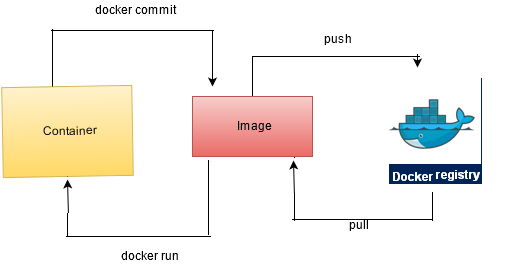
Above: images/Dockerrep.png in imjoris/SP_G2_Assignment2 (draw.io), before the change. Source tidied: cells renumbered, new cells last; positions are measured from the earlier drawing's top-left corner, leaving out a move shared by most shapes.
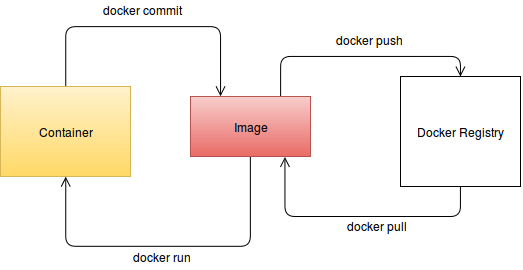
The same diagram one commit later.

Commit message:
typos spelling layout, fixed shared repository image

What changed in the source:
```diff
@@ -2,69 +2,58 @@
   <root>
     <mxCell id="0" />
     <mxCell id="1" parent="0" />
+    <mxCell id="16" style="edgeStyle=orthogonalEdgeStyle;html=1;exitX=0.5;exitY=0;entryX=0.25;entryY=0;endArrow=open;endSize=8;jettySize=auto;fillColor=#ffffff;align=left;" parent="1" edge="1" source="2" target="4">
+      <mxGeometry relative="1" as="geometry">
+        <Array as="points">
+          <mxPoint x="65" y="25" />
+          <mxPoint x="220" y="25" />
+        </Array>
+      </mxGeometry>
+    </mxCell>
-    <mxCell id="2" value="Container" style="whiteSpace=wrap;html=1;rotation=-1;plain-yellow;" parent="1" vertex="1">
+    <mxCell id="2" value="Container" style="whiteSpace=wrap;html=1;rotation=0;plain-yellow;" parent="1" vertex="1">
       <mxGeometry y="85" width="130" height="90" as="geometry" />
     </mxCell>
-    <mxCell id="3" style="edgeStyle=orthogonalEdgeStyle;rounded=0;html=1;jettySize=auto;" parent="1" edge="1" source="4">
-      <mxGeometry relative="1" as="geometry">
-        <mxPoint x="440" y="55" as="targetPoint" />
-        <Array as="points">
-          <mxPoint x="250" y="55" />
-        </Array>
-      </mxGeometry>
-    </mxCell>
+    <mxCell id="17" style="edgeStyle=orthogonalEdgeStyle;html=1;exitX=0.5;exitY=1;entryX=0.5;entryY=1;endArrow=open;endSize=8;jettySize=auto;fillColor=#ffffff;align=left;" parent="1" edge="1" source="4" target="2">
+      <mxGeometry relative="1" as="geometry">
+        <Array as="points">
+          <mxPoint x="250" y="245" />
+          <mxPoint x="65" y="245" />
+        </Array>
+      </mxGeometry>
+    </mxCell>
+    <mxCell id="18" style="edgeStyle=orthogonalEdgeStyle;html=1;exitX=0.75;exitY=0;entryX=0.5;entryY=0;endArrow=open;endSize=8;jettySize=auto;fillColor=#ffffff;align=left;" parent="1" edge="1" source="4" target="5">
+      <mxGeometry relative="1" as="geometry">
+        <Array as="points">
+          <mxPoint x="280" y="55" />
+          <mxPoint x="460" y="55" />
+        </Array>
+      </mxGeometry>
+    </mxCell>
     <mxCell id="4" value="Image" style="whiteSpace=wrap;html=1;plain-red;" parent="1" vertex="1">
       <mxGeometry x="190" y="95" width="120" height="60" as="geometry" />
     </mxCell>
+    <mxCell id="19" style="edgeStyle=orthogonalEdgeStyle;html=1;exitX=0.5;exitY=1;entryX=0.787;entryY=1.007;entryPerimeter=0;endArrow=open;endSize=8;jettySize=auto;fillColor=#ffffff;align=left;" parent="1" edge="1" source="5" target="4">
+      <mxGeometry relative="1" as="geometry">
+        <Array as="points">
+          <mxPoint x="460" y="215" />
+          <mxPoint x="284" y="215" />
+        </Array>
+      </mxGeometry>
+    </mxCell>
     <mxCell id="5" value="Docker Registry&lt;br&gt;" style="whiteSpace=wrap;html=1;" parent="1" vertex="1">
       <mxGeometry x="400" y="75" width="120" height="110" as="geometry" />
     </mxCell>
-    <mxCell id="6" value="push" style="text;html=1;align=left;verticalAlign=top;spacingTop=-4;" parent="1" vertex="1">
-      <mxGeometry x="319" y="29" width="40" height="20" as="geometry" />
+    <mxCell id="6" value="docker push" style="text;html=1;align=left;verticalAlign=top;spacingTop=-4;" parent="1" vertex="1">
+      <mxGeometry x="333" y="29" width="80" height="20" as="geometry" />
     </mxCell>
-    <mxCell id="7" value="pull" style="text;html=1;align=left;verticalAlign=top;spacingTop=-4;" parent="1" vertex="1">
-      <mxGeometry x="344" y="215" width="30" height="20" as="geometry" />
+    <mxCell id="7" value="docker pull" style="text;html=1;align=left;verticalAlign=top;spacingTop=-4;" parent="1" vertex="1">
+      <mxGeometry x="344" y="215" width="80" height="20" as="geometry" />
     </mxCell>
-    <mxCell id="8" style="endArrow=none;html=1;" parent="1" edge="1">
-      <mxGeometry relative="1" as="geometry">
-        <mxPoint x="50" y="85" as="sourcePoint" />
-        <mxPoint x="50" y="25" as="targetPoint" />
-      </mxGeometry>
-    </mxCell>
-    <mxCell id="9" style="endArrow=none;html=1;" parent="1" edge="1">
-      <mxGeometry relative="1" as="geometry">
-        <mxPoint x="45" y="29" as="sourcePoint" />
-        <mxPoint x="215" y="29" as="targetPoint" />
-      </mxGeometry>
-    </mxCell>
-    <mxCell id="10" style="endArrow=classic;html=1;" parent="1" edge="1">
-      <mxGeometry relative="1" as="geometry">
-        <mxPoint x="210" y="29" as="sourcePoint" />
-        <mxPoint x="210" y="85" as="targetPoint" />
-      </mxGeometry>
-    </mxCell>
-    <mxCell id="11" style="endArrow=none;html=1;" parent="1" edge="1">
-      <mxGeometry relative="1" as="geometry">
-        <mxPoint x="65" y="235" as="sourcePoint" />
-        <mxPoint x="65" y="175" as="targetPoint" />
-      </mxGeometry>
-    </mxCell>
-    <mxCell id="12" style="endArrow=none;html=1;" parent="1" edge="1">
-      <mxGeometry relative="1" as="geometry">
-        <mxPoint x="60" y="235" as="sourcePoint" />
-        <mxPoint x="210" y="235" as="targetPoint" />
-      </mxGeometry>
-    </mxCell>
-    <mxCell id="13" style="endArrow=classic;html=1;entryX=0.15;entryY=1.083;entryPerimeter=0;" parent="1" edge="1" target="4">
-      <mxGeometry relative="1" as="geometry">
-        <mxPoint x="210" y="235" as="sourcePoint" />
-      </mxGeometry>
-    </mxCell>
     <mxCell id="14" value="docker commit&lt;br&gt;" style="text;html=1;align=left;verticalAlign=top;spacingTop=-4;" parent="1" vertex="1">
-      <mxGeometry x="90" width="90" height="20" as="geometry" />
+      <mxGeometry x="100" y="-1" width="90" height="20" as="geometry" />
     </mxCell>
     <mxCell id="15" value="docker run&lt;br&gt;" style="text;html=1;align=left;verticalAlign=top;spacingTop=-4;" parent="1" vertex="1">
-      <mxGeometry x="116" y="246" width="70" height="20" as="geometry" />
+      <mxGeometry x="130" y="246" width="70" height="20" as="geometry" />
     </mxCell>
   </root>
 </mxGraphModel>
```
